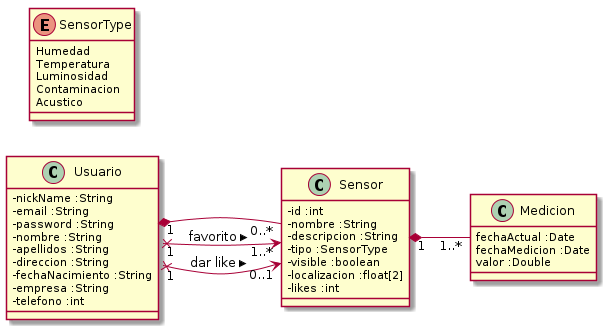
Canario0/SSW keeps this PlantUML diagram as Diagramas/Modelo del Dominio/ModeloDominio.png. Above is the earlier version.
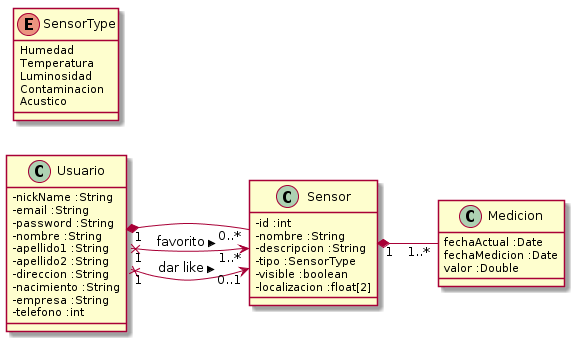
The same diagram one commit later.

Commit message:
Modelo del dominio actualizado

Diff of the diagram source:
```diff
@@ -8,9 +8,10 @@
     - email :String
     - password :String
     - nombre :String
-    - apellidos :String
+    - apellido1 :String
+    - apellido2 :String
     - direccion :String
-    - fechaNacimiento :String
+    - nacimiento :String
     - empresa :String
     - telefono :int
 }
@@ -22,7 +23,6 @@
     - tipo :SensorType
     - visible :boolean
     - localizacion :float[2]
-    - likes :int
 }
 
 class Medicion{
```
